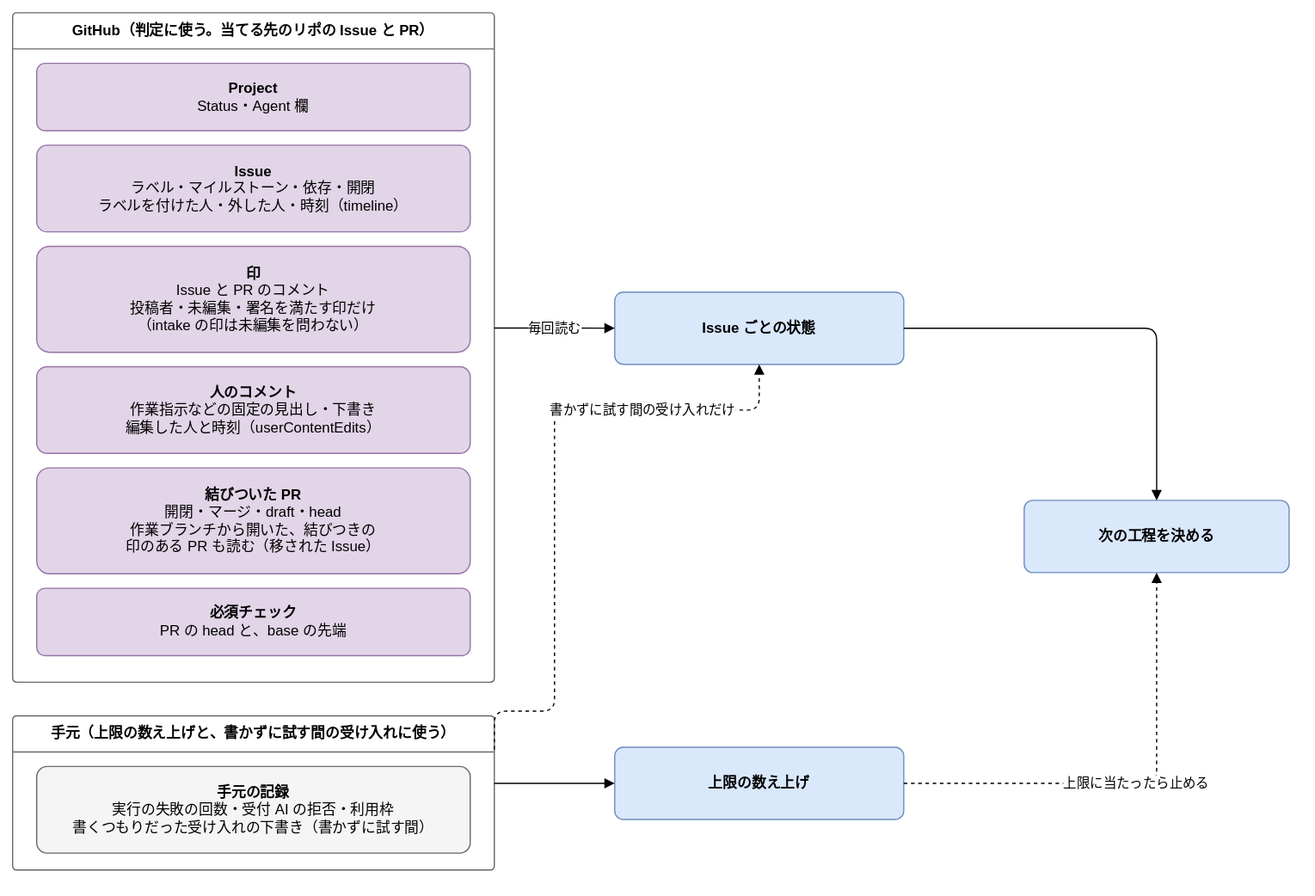
Earlier version of the draw.io export docs/design/basic/diagrams/02-state-assembly.drawio.svg (Joymerrevent/dev-autopilot). Source tidied: cells renumbered, new cells last; positions are measured from the earlier drawing's top-left corner, leaving out a move shared by most shapes.
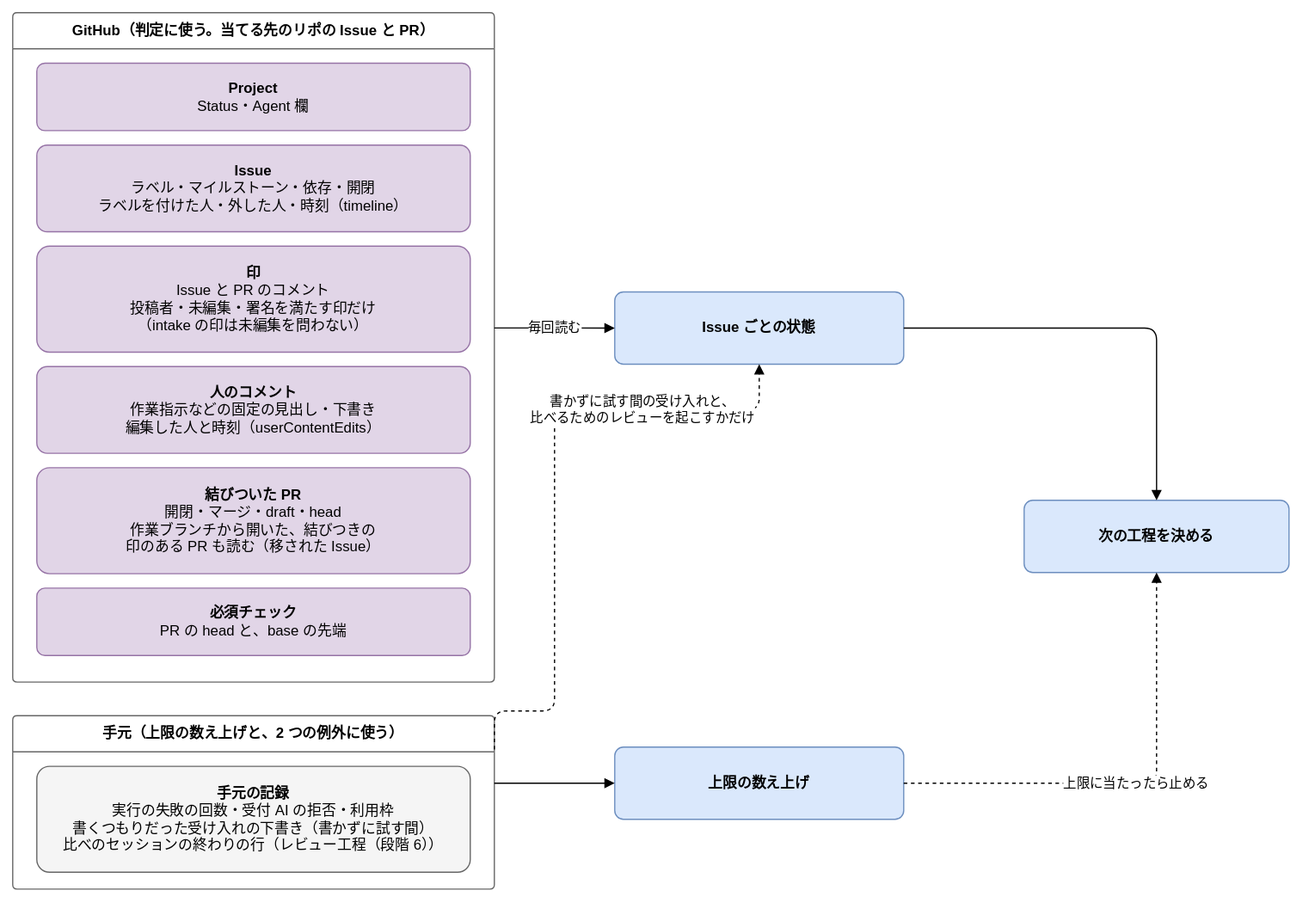
Above is the later version.

The edit, as a diff of the source:
```diff
@@ -23,11 +23,11 @@
     <mxCell id="8" value="&lt;b&gt;必須チェック&lt;/b&gt;&lt;br&gt;PR の head と、base の先端" style="rounded=1;whiteSpace=wrap;html=1;fontSize=12;arcSize=12;spacing=12;fillColor=#e1d5e7;strokeColor=#9673a6;" parent="2" vertex="1">
       <mxGeometry x="20" y="478" width="360" height="56" as="geometry" />
     </mxCell>
-    <mxCell id="9" value="手元（上限の数え上げと、書かずに試す間の受け入れに使う）" style="swimlane;startSize=30;html=1;whiteSpace=wrap;rounded=1;arcSize=4;fontStyle=1;fontSize=12;strokeColor=#666666;fillColor=none;swimlaneFillColor=none;" parent="1" vertex="1">
-      <mxGeometry y="584" width="400" height="128" as="geometry" />
+    <mxCell id="9" value="手元（上限の数え上げと、2 つの例外に使う）" style="swimlane;startSize=30;html=1;whiteSpace=wrap;rounded=1;arcSize=4;fontStyle=1;fontSize=12;strokeColor=#666666;fillColor=none;swimlaneFillColor=none;" parent="1" vertex="1">
+      <mxGeometry y="584" width="400" height="144" as="geometry" />
     </mxCell>
-    <mxCell id="10" value="&lt;b&gt;手元の記録&lt;/b&gt;&lt;br&gt;実行の失敗の回数・受付 AI の拒否・利用枠&lt;br&gt;書くつもりだった受け入れの下書き（書かずに試す間）" style="rounded=1;whiteSpace=wrap;html=1;fontSize=12;arcSize=12;spacing=12;fillColor=#f5f5f5;strokeColor=#666666;" parent="9" vertex="1">
-      <mxGeometry x="20" y="42" width="360" height="72" as="geometry" />
+    <mxCell id="10" value="&lt;b&gt;手元の記録&lt;/b&gt;&lt;br&gt;実行の失敗の回数・受付 AI の拒否・利用枠&lt;br&gt;書くつもりだった受け入れの下書き（書かずに試す間）&lt;br&gt;比べのセッションの終わりの行（レビュー工程（段階 6））" style="rounded=1;whiteSpace=wrap;html=1;fontSize=12;arcSize=12;spacing=12;fillColor=#f5f5f5;strokeColor=#666666;" parent="9" vertex="1">
+      <mxGeometry x="20" y="42" width="360" height="88" as="geometry" />
     </mxCell>
     <mxCell id="11" value="&lt;b&gt;Issue ごとの状態&lt;/b&gt;" style="rounded=1;whiteSpace=wrap;html=1;fontSize=12;arcSize=12;spacing=12;fillColor=#dae8fc;strokeColor=#6c8ebf;" parent="1" vertex="1">
       <mxGeometry x="500" y="232" width="240" height="60" as="geometry" />
@@ -41,7 +41,7 @@
     <mxCell id="14" value="毎回読む" style="edgeStyle=orthogonalEdgeStyle;rounded=1;html=1;endArrow=block;endFill=1;fontSize=11;labelBackgroundColor=#ffffff;exitX=1;exitDx=0;exitDy=0;entryX=0;entryY=0.5;entryDx=0;entryDy=0;exitY=0.471;" parent="1" edge="1" source="2" target="11">
       <mxGeometry relative="1" as="geometry" />
     </mxCell>
-    <mxCell id="15" style="edgeStyle=orthogonalEdgeStyle;rounded=1;html=1;endArrow=block;endFill=1;fontSize=11;labelBackgroundColor=#ffffff;exitX=1;exitY=0.4375;exitDx=0;exitDy=0;entryX=0;entryY=0.5;entryDx=0;entryDy=0;" parent="1" edge="1" source="9" target="12">
+    <mxCell id="15" style="edgeStyle=orthogonalEdgeStyle;rounded=1;html=1;endArrow=block;endFill=1;fontSize=11;labelBackgroundColor=#ffffff;exitX=1;exitY=0.3889;exitDx=0;exitDy=0;entryX=0;entryY=0.5;entryDx=0;entryDy=0;" parent="1" edge="1" source="9" target="12">
       <mxGeometry relative="1" as="geometry" />
     </mxCell>
     <mxCell id="16" style="edgeStyle=orthogonalEdgeStyle;rounded=1;html=1;endArrow=block;endFill=1;fontSize=11;labelBackgroundColor=#ffffff;exitX=1;exitY=0.5;exitDx=0;exitDy=0;entryX=0.5;entryY=0;entryDx=0;entryDy=0;" parent="1" edge="1" source="11" target="13">
@@ -50,7 +50,7 @@
     <mxCell id="17" value="上限に当たったら止める" style="edgeStyle=orthogonalEdgeStyle;rounded=1;html=1;endArrow=block;endFill=1;fontSize=11;labelBackgroundColor=#ffffff;dashed=1;exitX=1;exitY=0.5;exitDx=0;exitDy=0;entryX=0.5;entryY=1;entryDx=0;entryDy=0;" parent="1" edge="1" source="12" target="13">
       <mxGeometry relative="1" as="geometry" />
     </mxCell>
-    <mxCell id="18" value="書かずに試す間の受け入れだけ" style="edgeStyle=orthogonalEdgeStyle;rounded=1;html=1;endArrow=block;endFill=1;fontSize=11;labelBackgroundColor=#ffffff;dashed=1;exitX=1;exitY=0.21875;exitDx=0;exitDy=0;entryX=0.5;entryY=1;entryDx=0;entryDy=0;" parent="1" edge="1" source="9" target="11">
+    <mxCell id="18" value="書かずに試す間の受け入れと、&lt;br&gt;比べるためのレビューを起こすかだけ" style="edgeStyle=orthogonalEdgeStyle;rounded=1;html=1;endArrow=block;endFill=1;fontSize=11;labelBackgroundColor=#ffffff;dashed=1;exitX=1;exitY=0.1944;exitDx=0;exitDy=0;entryX=0.5;entryY=1;entryDx=0;entryDy=0;" parent="1" edge="1" source="9" target="11">
       <mxGeometry x="0.5" relative="1" as="geometry">
         <Array as="points">
           <mxPoint x="450" y="580" />
```
